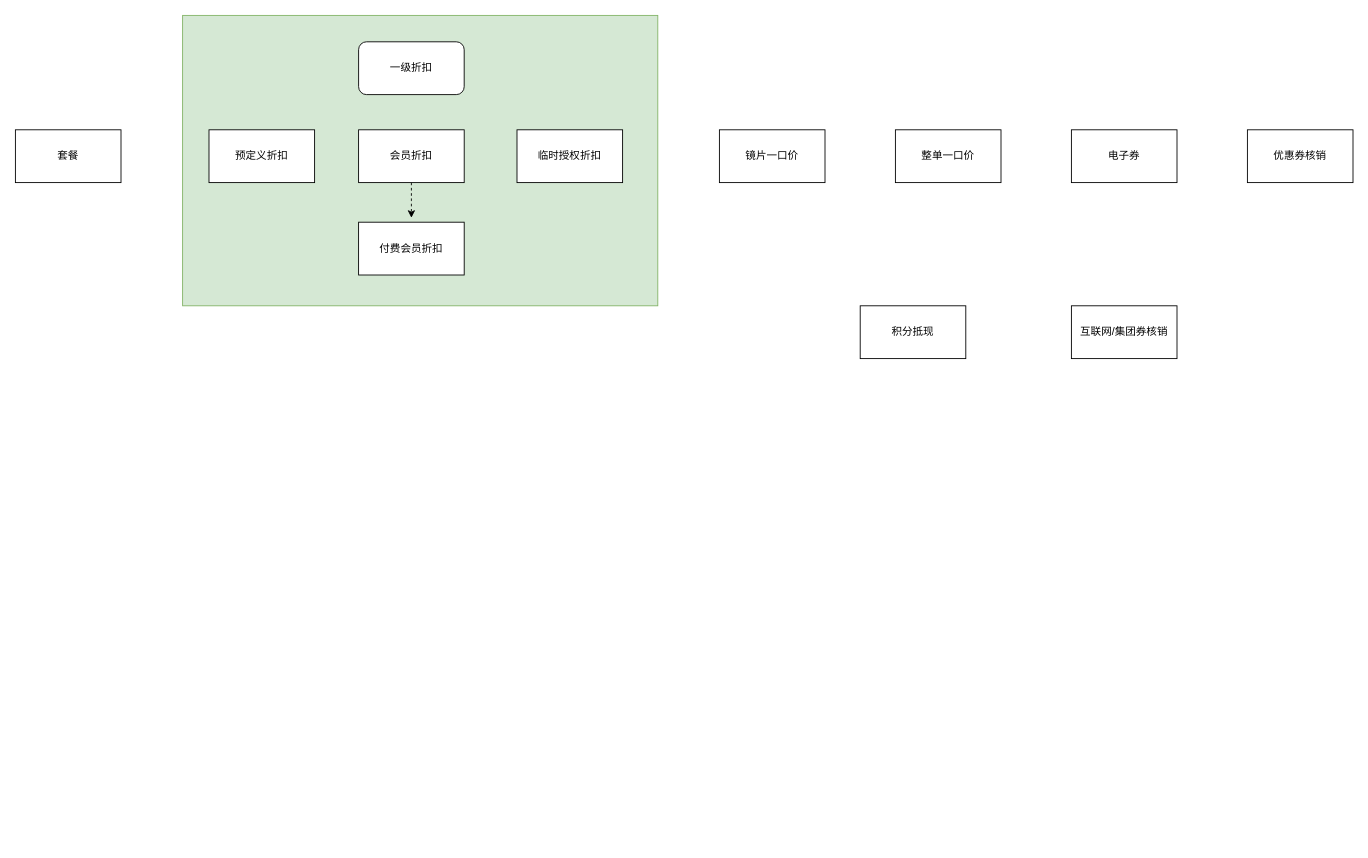
Earlier version of the draw.io diagram news.drawio (tangme/flowchart). Source tidied: cells renumbered, new cells numbered last; positions are measured from the earlier drawing's top-left corner, leaving out a move shared by most shapes. Both pictures are drawn from the tidied source at 88%, with x=0, y=0 at pixel (15, 15).
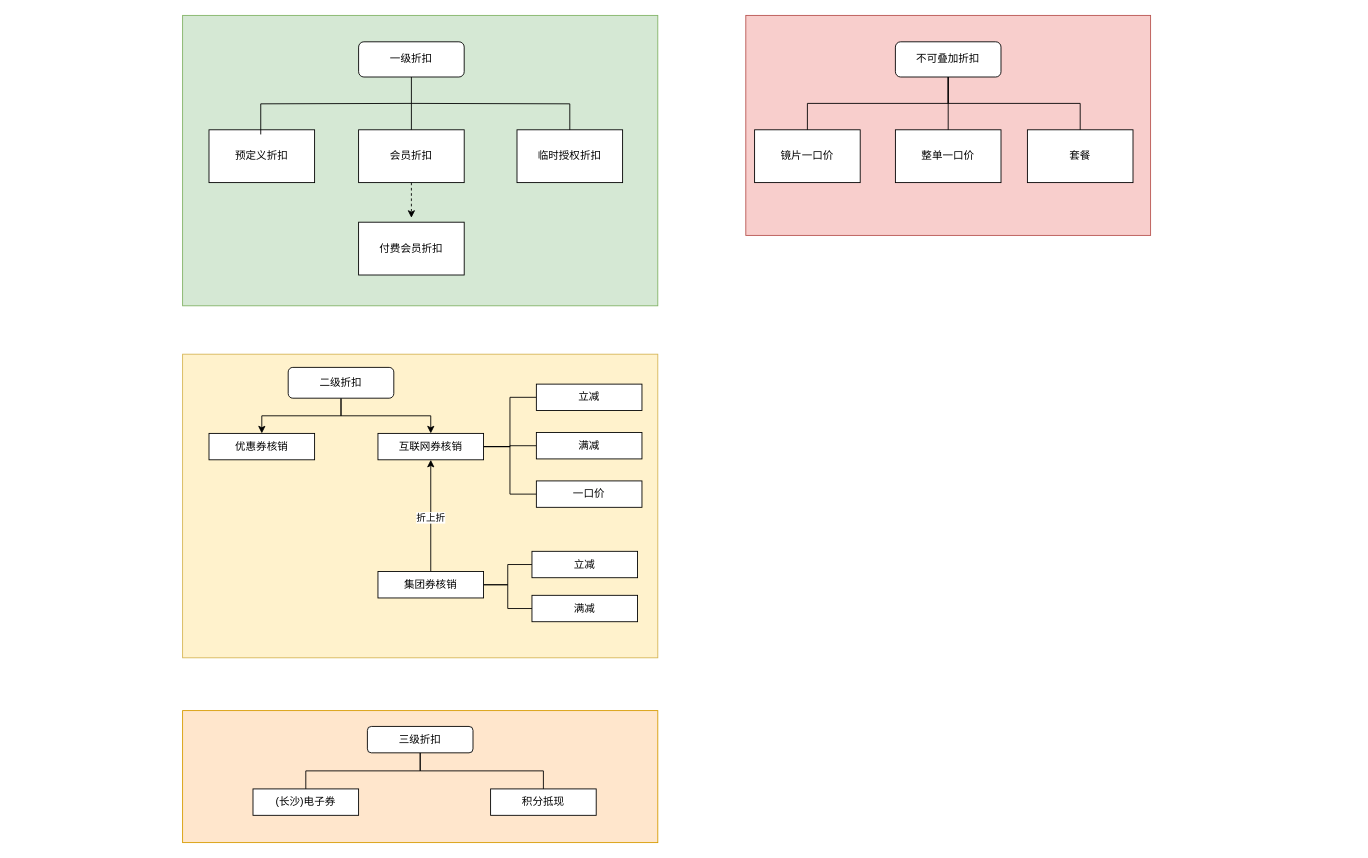
The same diagram, later.

Unchanged cells that the change refers to:
```xml
<mxCell id="4" value="会员折扣" style="rounded=0;whiteSpace=wrap;html=1;" parent="1" vertex="1">
  <mxGeometry x="390" y="130" width="120" height="60" as="geometry" />
</mxCell>
<mxCell id="6" value="预定义折扣" style="rounded=0;whiteSpace=wrap;html=1;" parent="1" vertex="1">
  <mxGeometry x="220" y="130" width="120" height="60" as="geometry" />
</mxCell>
<mxCell id="8" value="临时授权折扣" style="rounded=0;whiteSpace=wrap;html=1;" parent="1" vertex="1">
  <mxGeometry x="570" y="130" width="120" height="60" as="geometry" />
</mxCell>
<mxCell id="9" value="整单一口价" style="rounded=0;whiteSpace=wrap;html=1;" parent="1" vertex="1">
  <mxGeometry x="1000" y="130" width="120" height="60" as="geometry" />
</mxCell>
```

What changed in the source:
```diff
@@
+    <mxCell id="16" style="rounded=0;whiteSpace=wrap;html=1;fillColor=#f8cecc;strokeColor=#b85450;" parent="1" vertex="1">
+      <mxGeometry x="830" width="460" height="250" as="geometry" />
+    </mxCell>
+    <mxCell id="17" style="rounded=0;whiteSpace=wrap;html=1;fillColor=#ffe6cc;strokeColor=#d79b00;" parent="1" vertex="1">
+      <mxGeometry x="190" y="790" width="540" height="150" as="geometry" />
+    </mxCell>
+    <mxCell id="18" style="rounded=0;whiteSpace=wrap;html=1;fillColor=#fff2cc;strokeColor=#d6b656;" parent="1" vertex="1">
+      <mxGeometry x="190" y="385" width="540" height="345" as="geometry" />
+    </mxCell>
@@
     <mxCell id="7" value="套餐" style="rounded=0;whiteSpace=wrap;html=1;" parent="1" vertex="1">
-      <mxGeometry y="130" width="120" height="60" as="geometry" />
+      <mxGeometry x="1150" y="130" width="120" height="60" as="geometry" />
     </mxCell>
@@
     <mxCell id="10" value="镜片一口价" style="rounded=0;whiteSpace=wrap;html=1;" parent="1" vertex="1">
-      <mxGeometry x="800" y="130" width="120" height="60" as="geometry" />
+      <mxGeometry x="840" y="130" width="120" height="60" as="geometry" />
     </mxCell>
     <mxCell id="11" value="积分抵现" style="rounded=0;whiteSpace=wrap;html=1;" parent="1" vertex="1">
-      <mxGeometry x="960" y="330" width="120" height="60" as="geometry" />
+      <mxGeometry x="540" y="879" width="120" height="30" as="geometry" />
     </mxCell>
     <mxCell id="12" value="优惠券核销" style="rounded=0;whiteSpace=wrap;html=1;" parent="1" vertex="1">
-      <mxGeometry x="1400" y="130" width="120" height="60" as="geometry" />
+      <mxGeometry x="220" y="475" width="120" height="30" as="geometry" />
     </mxCell>
+    <mxCell id="19" style="edgeStyle=orthogonalEdgeStyle;rounded=0;jettySize=auto;html=1;entryX=0;entryY=0.5;entryDx=0;entryDy=0;endArrow=none;endFill=0;" parent="1" edge="1" source="13" target="30">
+      <mxGeometry relative="1" as="geometry" />
+    </mxCell>
+    <mxCell id="20" style="edgeStyle=orthogonalEdgeStyle;rounded=0;jettySize=auto;html=1;entryX=0;entryY=0.5;entryDx=0;entryDy=0;endArrow=none;endFill=0;" parent="1" edge="1" source="13" target="31">
+      <mxGeometry relative="1" as="geometry" />
+    </mxCell>
+    <mxCell id="21" style="edgeStyle=orthogonalEdgeStyle;rounded=0;jettySize=auto;html=1;entryX=0;entryY=0.5;entryDx=0;entryDy=0;endArrow=none;endFill=0;" parent="1" edge="1" source="13" target="32">
+      <mxGeometry relative="1" as="geometry" />
+    </mxCell>
-    <mxCell id="13" value="互联网/集团券核销" style="rounded=0;whiteSpace=wrap;html=1;" parent="1" vertex="1">
-      <mxGeometry x="1200" y="330" width="120" height="60" as="geometry" />
+    <mxCell id="13" value="互联网券核销" style="rounded=0;whiteSpace=wrap;html=1;" parent="1" vertex="1">
+      <mxGeometry x="412" y="475" width="120" height="30" as="geometry" />
     </mxCell>
-    <mxCell id="14" value="电子券" style="rounded=0;whiteSpace=wrap;html=1;" parent="1" vertex="1">
-      <mxGeometry x="1200" y="130" width="120" height="60" as="geometry" />
+    <mxCell id="14" value="(长沙)电子券" style="rounded=0;whiteSpace=wrap;html=1;" parent="1" vertex="1">
+      <mxGeometry x="270" y="879" width="120" height="30" as="geometry" />
     </mxCell>
+    <mxCell id="22" style="edgeStyle=orthogonalEdgeStyle;rounded=0;jettySize=auto;html=1;endArrow=none;endFill=0;" parent="1" edge="1" target="8">
+      <mxGeometry relative="1" as="geometry">
+        <mxPoint x="450" y="100" as="sourcePoint" />
+      </mxGeometry>
+    </mxCell>
+    <mxCell id="23" style="edgeStyle=orthogonalEdgeStyle;rounded=0;jettySize=auto;html=1;exitX=0.5;exitY=1;exitDx=0;exitDy=0;endArrow=none;endFill=0;" parent="1" edge="1" source="15" target="4">
+      <mxGeometry relative="1" as="geometry" />
+    </mxCell>
     <mxCell id="15" value="一级折扣" style="rounded=1;whiteSpace=wrap;html=1;" parent="1" vertex="1">
-      <mxGeometry x="390" y="30" width="120" height="60" as="geometry" />
+      <mxGeometry x="390" y="30" width="120" height="40" as="geometry" />
     </mxCell>
+    <mxCell id="24" style="edgeStyle=orthogonalEdgeStyle;rounded=0;jettySize=auto;html=1;entryX=0.49;entryY=0.088;entryDx=0;entryDy=0;entryPerimeter=0;endArrow=none;endFill=0;" parent="1" edge="1" target="6">
+      <mxGeometry relative="1" as="geometry">
+        <mxPoint x="450" y="100" as="sourcePoint" />
+      </mxGeometry>
+    </mxCell>
+    <mxCell id="25" style="edgeStyle=orthogonalEdgeStyle;rounded=0;jettySize=auto;html=1;entryX=0;entryY=0.5;entryDx=0;entryDy=0;endArrow=none;endFill=0;" parent="1" edge="1" source="29" target="33">
+      <mxGeometry relative="1" as="geometry" />
+    </mxCell>
+    <mxCell id="26" style="edgeStyle=orthogonalEdgeStyle;rounded=0;jettySize=auto;html=1;entryX=0;entryY=0.5;entryDx=0;entryDy=0;endArrow=none;endFill=0;" parent="1" edge="1" source="29" target="34">
+      <mxGeometry relative="1" as="geometry" />
+    </mxCell>
+    <mxCell id="27" style="edgeStyle=orthogonalEdgeStyle;rounded=0;jettySize=auto;html=1;entryX=0.5;entryY=1;entryDx=0;entryDy=0;" parent="1" edge="1" source="29" target="13">
+      <mxGeometry relative="1" as="geometry" />
+    </mxCell>
+    <mxCell id="28" value="折上折" style="edgeLabel;html=1;align=center;verticalAlign=middle;" parent="27" vertex="1">
+      <mxGeometry x="-0.02" y="1" relative="1" as="geometry" />
+    </mxCell>
+    <mxCell id="29" value="集团券核销" style="rounded=0;whiteSpace=wrap;html=1;" parent="1" vertex="1">
+      <mxGeometry x="412" y="632" width="120" height="30" as="geometry" />
+    </mxCell>
+    <mxCell id="30" value="立减" style="rounded=0;whiteSpace=wrap;html=1;" parent="1" vertex="1">
+      <mxGeometry x="592" y="419" width="120" height="30" as="geometry" />
+    </mxCell>
+    <mxCell id="31" value="满减" style="rounded=0;whiteSpace=wrap;html=1;" parent="1" vertex="1">
+      <mxGeometry x="592" y="474" width="120" height="30" as="geometry" />
+    </mxCell>
+    <mxCell id="32" value="一口价" style="rounded=0;whiteSpace=wrap;html=1;" parent="1" vertex="1">
+      <mxGeometry x="592" y="529" width="120" height="30" as="geometry" />
+    </mxCell>
+    <mxCell id="33" value="立减" style="rounded=0;whiteSpace=wrap;html=1;" parent="1" vertex="1">
+      <mxGeometry x="587" y="609" width="120" height="30" as="geometry" />
+    </mxCell>
+    <mxCell id="34" value="满减" style="rounded=0;whiteSpace=wrap;html=1;" parent="1" vertex="1">
+      <mxGeometry x="587" y="659" width="120" height="30" as="geometry" />
+    </mxCell>
+    <mxCell id="35" style="edgeStyle=orthogonalEdgeStyle;rounded=0;jettySize=auto;html=1;entryX=0.5;entryY=0;entryDx=0;entryDy=0;" parent="1" edge="1" source="37" target="12">
+      <mxGeometry relative="1" as="geometry" />
+    </mxCell>
+    <mxCell id="36" style="edgeStyle=orthogonalEdgeStyle;rounded=0;jettySize=auto;html=1;entryX=0.5;entryY=0;entryDx=0;entryDy=0;" parent="1" edge="1" source="37" target="13">
+      <mxGeometry relative="1" as="geometry" />
+    </mxCell>
+    <mxCell id="37" value="二级折扣" style="rounded=1;whiteSpace=wrap;html=1;" parent="1" vertex="1">
+      <mxGeometry x="310" y="400" width="120" height="35" as="geometry" />
+    </mxCell>
+    <mxCell id="38" style="edgeStyle=orthogonalEdgeStyle;rounded=0;jettySize=auto;html=1;entryX=0.5;entryY=0;entryDx=0;entryDy=0;endArrow=none;endFill=0;exitX=0.5;exitY=1;exitDx=0;exitDy=0;" parent="1" edge="1" source="40" target="14">
+      <mxGeometry relative="1" as="geometry" />
+    </mxCell>
+    <mxCell id="39" style="edgeStyle=orthogonalEdgeStyle;rounded=0;jettySize=auto;html=1;entryX=0.5;entryY=0;entryDx=0;entryDy=0;endArrow=none;endFill=0;exitX=0.5;exitY=1;exitDx=0;exitDy=0;" parent="1" edge="1" source="40" target="11">
+      <mxGeometry relative="1" as="geometry" />
+    </mxCell>
+    <mxCell id="40" value="三级折扣" style="rounded=1;whiteSpace=wrap;html=1;" parent="1" vertex="1">
+      <mxGeometry x="400" y="808" width="120" height="30" as="geometry" />
+    </mxCell>
+    <mxCell id="41" style="edgeStyle=orthogonalEdgeStyle;rounded=0;jettySize=auto;html=1;entryX=0.5;entryY=0;entryDx=0;entryDy=0;exitX=0.5;exitY=1;exitDx=0;exitDy=0;endArrow=none;endFill=0;" parent="1" edge="1" source="44" target="10">
+      <mxGeometry relative="1" as="geometry" />
+    </mxCell>
+    <mxCell id="42" style="edgeStyle=orthogonalEdgeStyle;rounded=0;jettySize=auto;html=1;entryX=0.5;entryY=0;entryDx=0;entryDy=0;endArrow=none;endFill=0;" parent="1" edge="1" source="44" target="9">
+      <mxGeometry relative="1" as="geometry" />
+    </mxCell>
+    <mxCell id="43" style="edgeStyle=orthogonalEdgeStyle;rounded=0;jettySize=auto;html=1;entryX=0.5;entryY=0;entryDx=0;entryDy=0;exitX=0.5;exitY=1;exitDx=0;exitDy=0;endArrow=none;endFill=0;" parent="1" edge="1" source="44" target="7">
+      <mxGeometry relative="1" as="geometry" />
+    </mxCell>
+    <mxCell id="44" value="不可叠加折扣" style="rounded=1;whiteSpace=wrap;html=1;" parent="1" vertex="1">
+      <mxGeometry x="1000" y="30" width="120" height="40" as="geometry" />
+    </mxCell>
```
